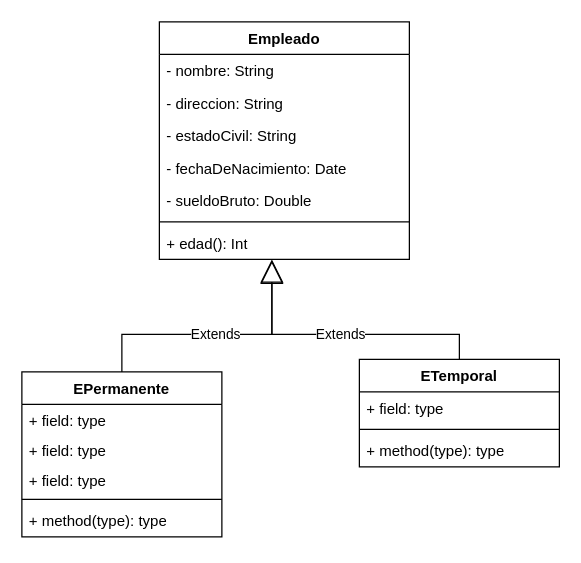
Earlier version of the draw.io diagram tp-02.drawio (tomasmendoza-unq/objetos2). Source tidied: cells renumbered, new cells numbered last; positions are measured from the earlier drawing's top-left corner, leaving out a move shared by most shapes. Both pictures are drawn from the tidied source at 125%, with x=0, y=0 at pixel (21, 21).
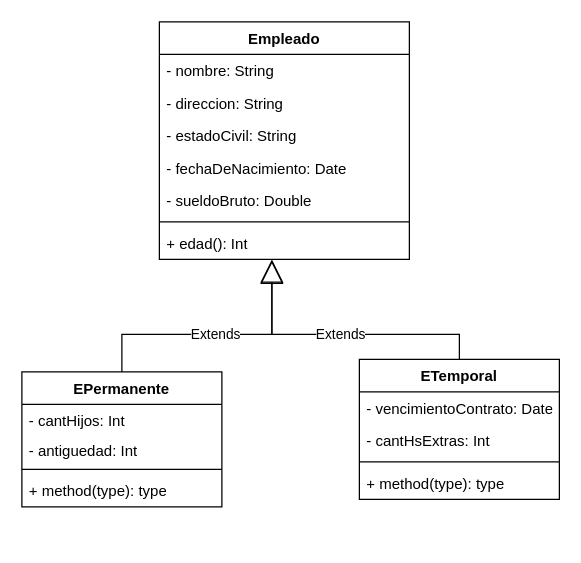
The same diagram, later.

What changed in the source:
```diff
@@
     <mxCell id="10" value="ETemporal" style="swimlane;fontStyle=1;align=center;verticalAlign=top;horizontal=1;startSize=26;whiteSpace=wrap;html=1;" parent="1" vertex="1">
-      <mxGeometry x="270" y="270" width="160" height="86" as="geometry" />
+      <mxGeometry x="270" y="270" width="160" height="112" as="geometry" />
     </mxCell>
-    <mxCell id="11" value="+ field: type" style="text;strokeColor=none;fillColor=none;align=left;verticalAlign=top;spacingLeft=4;spacingRight=4;overflow=hidden;whiteSpace=wrap;html=1;" parent="10" vertex="1">
+    <mxCell id="11" value="- vencimientoContrato: Date" style="text;strokeColor=none;fillColor=none;align=left;verticalAlign=top;spacingLeft=4;spacingRight=4;overflow=hidden;whiteSpace=wrap;html=1;" parent="10" vertex="1">
       <mxGeometry y="26" width="160" height="26" as="geometry" />
     </mxCell>
+    <mxCell id="22" value="- cantHsExtras: Int" style="text;strokeColor=none;fillColor=none;align=left;verticalAlign=top;spacingLeft=4;spacingRight=4;overflow=hidden;whiteSpace=wrap;html=1;" parent="10" vertex="1">
+      <mxGeometry y="52" width="160" height="26" as="geometry" />
+    </mxCell>
     <mxCell id="12" style="line;strokeWidth=1;fillColor=none;align=left;verticalAlign=middle;spacingTop=-1;spacingLeft=3;spacingRight=3;labelPosition=right;strokeColor=inherit;" parent="10" vertex="1">
-      <mxGeometry y="52" width="160" height="8" as="geometry" />
+      <mxGeometry y="78" width="160" height="8" as="geometry" />
     </mxCell>
     <mxCell id="13" value="+ method(type): type" style="text;strokeColor=none;fillColor=none;align=left;verticalAlign=top;spacingLeft=4;spacingRight=4;overflow=hidden;whiteSpace=wrap;html=1;" parent="10" vertex="1">
-      <mxGeometry y="60" width="160" height="26" as="geometry" />
+      <mxGeometry y="86" width="160" height="26" as="geometry" />
     </mxCell>
     <mxCell id="14" value="EPermanente" style="swimlane;fontStyle=1;align=center;verticalAlign=top;horizontal=1;startSize=26;whiteSpace=wrap;html=1;" parent="1" vertex="1">
-      <mxGeometry y="280" width="160" height="132" as="geometry" />
+      <mxGeometry y="280" width="160" height="108" as="geometry" />
     </mxCell>
-    <mxCell id="15" value="+ field: type" style="text;strokeColor=none;fillColor=none;align=left;verticalAlign=top;spacingLeft=4;spacingRight=4;overflow=hidden;whiteSpace=wrap;html=1;" parent="14" vertex="1">
+    <mxCell id="15" value="- cantHijos: Int" style="text;strokeColor=none;fillColor=none;align=left;verticalAlign=top;spacingLeft=4;spacingRight=4;overflow=hidden;whiteSpace=wrap;html=1;" parent="14" vertex="1">
       <mxGeometry y="26" width="160" height="24" as="geometry" />
     </mxCell>
-    <mxCell id="16" value="+ field: type" style="text;strokeColor=none;fillColor=none;align=left;verticalAlign=top;spacingLeft=4;spacingRight=4;overflow=hidden;whiteSpace=wrap;html=1;" parent="14" vertex="1">
+    <mxCell id="16" value="- antiguedad: Int" style="text;strokeColor=none;fillColor=none;align=left;verticalAlign=top;spacingLeft=4;spacingRight=4;overflow=hidden;whiteSpace=wrap;html=1;" parent="14" vertex="1">
       <mxGeometry y="50" width="160" height="24" as="geometry" />
     </mxCell>
-    <mxCell id="17" value="+ field: type" style="text;strokeColor=none;fillColor=none;align=left;verticalAlign=top;spacingLeft=4;spacingRight=4;overflow=hidden;whiteSpace=wrap;html=1;" parent="14" vertex="1">
-      <mxGeometry y="74" width="160" height="24" as="geometry" />
-    </mxCell>
     <mxCell id="18" style="line;strokeWidth=1;fillColor=none;align=left;verticalAlign=middle;spacingTop=-1;spacingLeft=3;spacingRight=3;labelPosition=right;strokeColor=inherit;" parent="14" vertex="1">
-      <mxGeometry y="98" width="160" height="8" as="geometry" />
+      <mxGeometry y="74" width="160" height="8" as="geometry" />
     </mxCell>
     <mxCell id="19" value="+ method(type): type" style="text;strokeColor=none;fillColor=none;align=left;verticalAlign=top;spacingLeft=4;spacingRight=4;overflow=hidden;whiteSpace=wrap;html=1;" parent="14" vertex="1">
-      <mxGeometry y="106" width="160" height="26" as="geometry" />
+      <mxGeometry y="82" width="160" height="26" as="geometry" />
     </mxCell>
```
